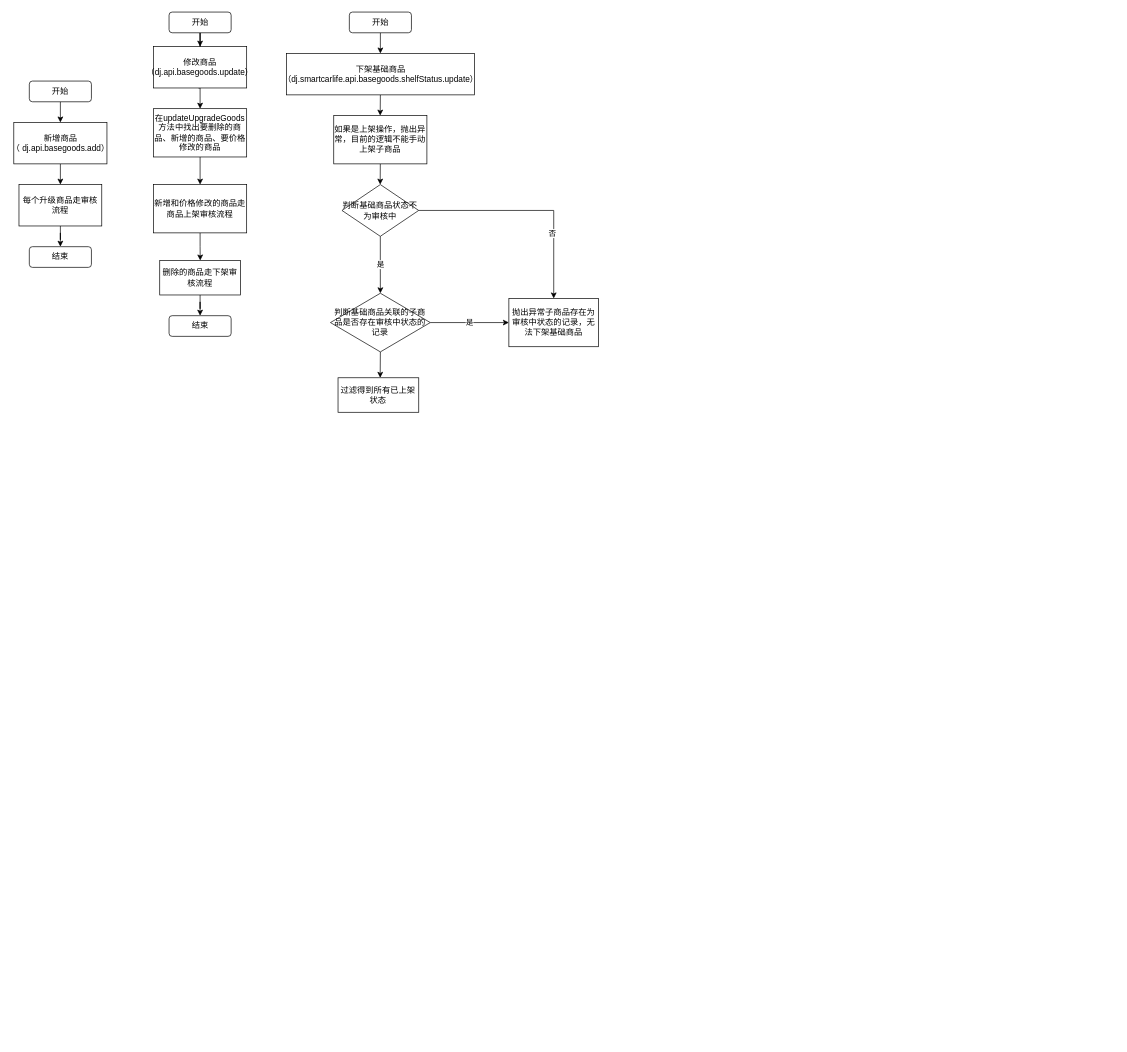
Earlier version of the draw.io diagram 4.6.0.drawio (chenxiOnEarth/diagram). Source tidied: cells renumbered, new cells numbered last; positions are measured from the earlier drawing's top-left corner, leaving out a move shared by most shapes. Both pictures are drawn from the tidied source at 69%, with x=0, y=0 at pixel (13, 12).
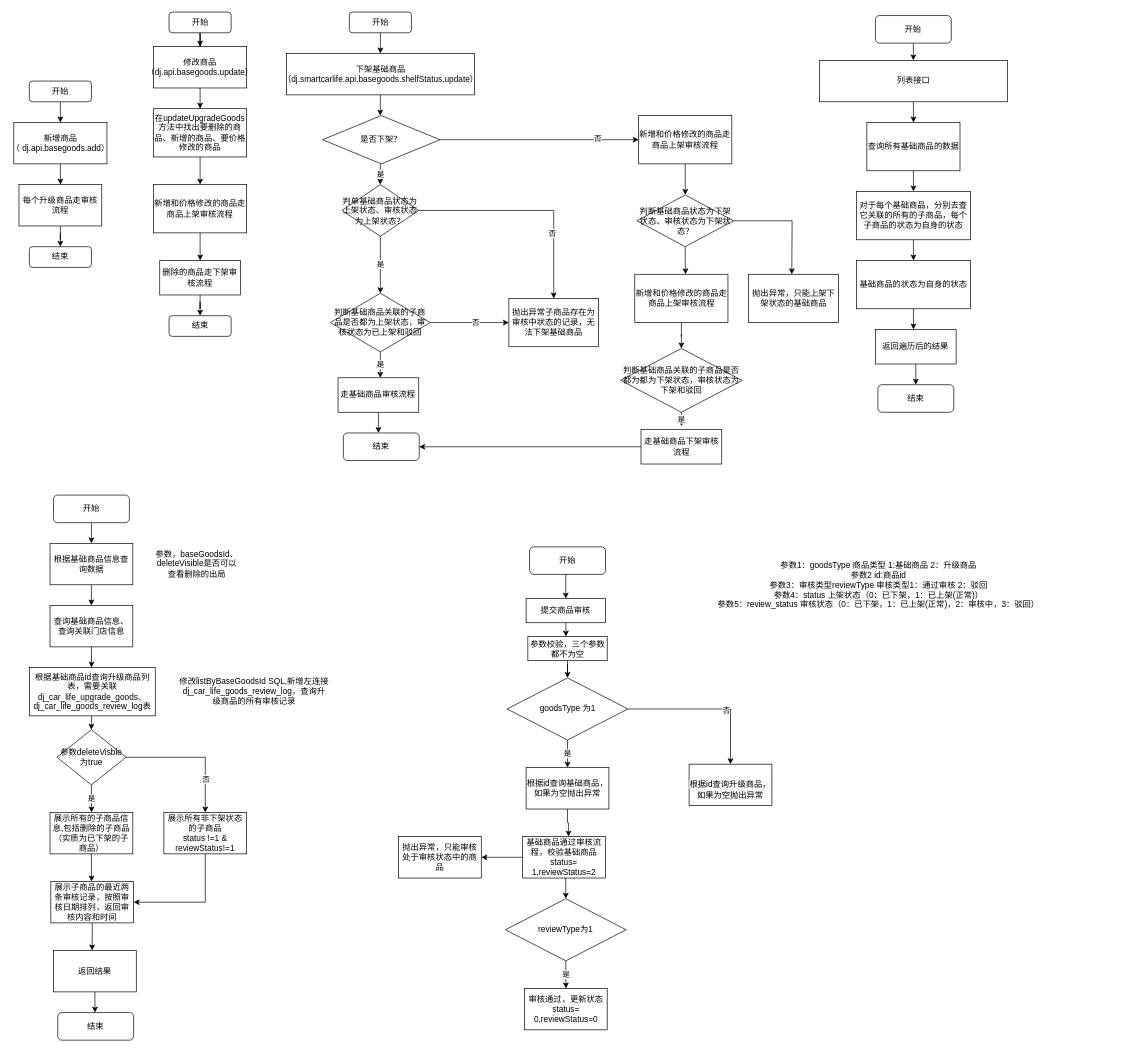
Above is the later version.

Commit message:
Update 4.6.0.drawio 第二次提交

Unchanged cells that the change refers to:
```xml
<mxCell id="30" value="抛出异常子商品存在为审核中状态的记录，无法下架基础商品" style="rounded=0;whiteSpace=wrap;html=1;" parent="1" vertex="1">
  <mxGeometry x="718" y="415" width="130" height="70" as="geometry" />
</mxCell>
```

Change to the diagram source:
```diff
@@
-    <mxCell id="24" style="edgeStyle=orthogonalEdgeStyle;rounded=0;jettySize=auto;html=1;exitX=0.5;exitY=1;exitDx=0;exitDy=0;" parent="1" edge="1" source="25">
+    <mxCell id="24" value="是" style="edgeStyle=orthogonalEdgeStyle;rounded=0;orthogonalLoop=1;jettySize=auto;html=1;exitX=0.5;exitY=1;exitDx=0;exitDy=0;" parent="1" edge="1">
       <mxGeometry relative="1" as="geometry">
+        <mxPoint x="531.8" y="220" as="sourcePoint" />
         <mxPoint x="531.5" y="250" as="targetPoint" />
       </mxGeometry>
     </mxCell>
-    <mxCell id="25" value="如果是上架操作，抛出异常，目前的逻辑不能手动上架子商品" style="rounded=0;whiteSpace=wrap;html=1;" parent="1" vertex="1">
-      <mxGeometry x="464.2" y="150" width="135" height="70" as="geometry" />
-    </mxCell>
@@
-    <mxCell id="29" value="&lt;span style=&quot;&quot;&gt;判断基础商品状态不为审核中&lt;/span&gt;" style="rhombus;whiteSpace=wrap;html=1;" parent="1" vertex="1">
+    <mxCell id="29" value="判单基础商品状态为上架状态、审核状态为上架状态？" style="rhombus;whiteSpace=wrap;html=1;" parent="1" vertex="1">
       <mxGeometry x="476.1" y="250" width="111.2" height="75" as="geometry" />
     </mxCell>
@@
+    <mxCell id="32" value="是" style="edgeStyle=orthogonalEdgeStyle;rounded=0;jettySize=auto;html=1;exitX=0.5;exitY=1;exitDx=0;exitDy=0;" parent="1" edge="1" source="33">
+      <mxGeometry relative="1" as="geometry">
+        <mxPoint x="531.5" y="530" as="targetPoint" />
+      </mxGeometry>
+    </mxCell>
-    <mxCell id="31" value="是" style="edgeStyle=orthogonalEdgeStyle;rounded=0;jettySize=auto;html=1;exitX=1;exitY=0.5;exitDx=0;exitDy=0;entryX=0;entryY=0.5;entryDx=0;entryDy=0;" parent="1" edge="1" source="33" target="30">
+    <mxCell id="31" style="edgeStyle=orthogonalEdgeStyle;rounded=0;jettySize=auto;html=1;exitX=1;exitY=0.5;exitDx=0;exitDy=0;entryX=0;entryY=0.5;entryDx=0;entryDy=0;" parent="1" edge="1" source="33" target="30">
       <mxGeometry relative="1" as="geometry" />
     </mxCell>
-    <mxCell id="32" style="edgeStyle=orthogonalEdgeStyle;rounded=0;jettySize=auto;html=1;exitX=0.5;exitY=1;exitDx=0;exitDy=0;" parent="1" edge="1" source="33">
-      <mxGeometry relative="1" as="geometry">
-        <mxPoint x="531.5" y="530" as="targetPoint" />
-      </mxGeometry>
-    </mxCell>
+    <mxCell id="35" value="否" style="edgeLabel;html=1;align=center;verticalAlign=middle;" parent="31" vertex="1">
+      <mxGeometry x="0.15" y="1" relative="1" as="geometry" />
+    </mxCell>
-    <mxCell id="33" value="判断基础商品关联的子商品是否存在审核中状态的记录" style="rhombus;whiteSpace=wrap;html=1;" parent="1" vertex="1">
+    <mxCell id="33" value="判断基础商品关联的子商品是否都为上架状态，审核状态为已上架和驳回" style="rhombus;whiteSpace=wrap;html=1;" parent="1" vertex="1">
       <mxGeometry x="459.4" y="407.5" width="144.7" height="85" as="geometry" />
     </mxCell>
-    <mxCell id="34" value="过滤得到所有已上架状态" style="rounded=0;whiteSpace=wrap;html=1;" parent="1" vertex="1">
-      <mxGeometry x="470.4" y="530" width="117" height="50" as="geometry" />
-    </mxCell>
+    <mxCell id="36" style="edgeStyle=orthogonalEdgeStyle;rounded=0;jettySize=auto;html=1;exitX=0.5;exitY=1;exitDx=0;exitDy=0;" parent="1" edge="1" source="37" target="39">
+      <mxGeometry relative="1" as="geometry" />
+    </mxCell>
+    <mxCell id="37" value="开始" style="rounded=1;whiteSpace=wrap;html=1;" parent="1" vertex="1">
+      <mxGeometry x="1249.2" y="5" width="110" height="40" as="geometry" />
+    </mxCell>
+    <mxCell id="38" style="edgeStyle=orthogonalEdgeStyle;rounded=0;jettySize=auto;html=1;exitX=0.5;exitY=1;exitDx=0;exitDy=0;" parent="1" edge="1" source="39">
+      <mxGeometry relative="1" as="geometry">
+        <mxPoint x="1304.4" y="160" as="targetPoint" />
+      </mxGeometry>
+    </mxCell>
+    <mxCell id="39" value="列表接口" style="rounded=0;whiteSpace=wrap;html=1;" parent="1" vertex="1">
+      <mxGeometry x="1168" y="70" width="272.5" height="60" as="geometry" />
+    </mxCell>
+    <mxCell id="40" style="edgeStyle=orthogonalEdgeStyle;rounded=0;jettySize=auto;html=1;exitX=0.5;exitY=1;exitDx=0;exitDy=0;" parent="1" edge="1" source="41">
+      <mxGeometry relative="1" as="geometry">
+        <mxPoint x="1304.4" y="260" as="targetPoint" />
+      </mxGeometry>
+    </mxCell>
+    <mxCell id="41" value="查询所有基础商品的数据" style="rounded=0;whiteSpace=wrap;html=1;" parent="1" vertex="1">
+      <mxGeometry x="1236.8" y="160" width="135" height="70" as="geometry" />
+    </mxCell>
+    <mxCell id="42" style="edgeStyle=orthogonalEdgeStyle;rounded=0;jettySize=auto;html=1;exitX=0.5;exitY=1;exitDx=0;exitDy=0;" parent="1" edge="1" source="43">
+      <mxGeometry relative="1" as="geometry">
+        <mxPoint x="1304.4" y="360" as="targetPoint" />
+      </mxGeometry>
+    </mxCell>
+    <mxCell id="43" value="对于每个基础商品，分别去查它关联的所有的子商品，每个子商品的状态为自身的状态" style="rounded=0;whiteSpace=wrap;html=1;" parent="1" vertex="1">
+      <mxGeometry x="1221.8" y="260" width="165" height="70" as="geometry" />
+    </mxCell>
+    <mxCell id="44" style="edgeStyle=orthogonalEdgeStyle;rounded=0;jettySize=auto;html=1;exitX=0.5;exitY=1;exitDx=0;exitDy=0;" parent="1" edge="1" source="45">
+      <mxGeometry relative="1" as="geometry">
+        <mxPoint x="1304.4" y="460" as="targetPoint" />
+      </mxGeometry>
+    </mxCell>
+    <mxCell id="45" value="基础商品的状态为自身的状态" style="rounded=0;whiteSpace=wrap;html=1;" parent="1" vertex="1">
+      <mxGeometry x="1221.8" y="360" width="165" height="70" as="geometry" />
+    </mxCell>
+    <mxCell id="46" style="edgeStyle=orthogonalEdgeStyle;rounded=0;jettySize=auto;html=1;exitX=0.5;exitY=1;exitDx=0;exitDy=0;" parent="1" edge="1" source="47">
+      <mxGeometry relative="1" as="geometry">
+        <mxPoint x="1307.8" y="540" as="targetPoint" />
+      </mxGeometry>
+    </mxCell>
+    <mxCell id="47" value="返回遍历后的结果" style="rounded=0;whiteSpace=wrap;html=1;" parent="1" vertex="1">
+      <mxGeometry x="1249.2" y="460" width="117" height="50" as="geometry" />
+    </mxCell>
+    <mxCell id="48" value="结束" style="rounded=1;whiteSpace=wrap;html=1;" parent="1" vertex="1">
+      <mxGeometry x="1252.8" y="540" width="110" height="40" as="geometry" />
+    </mxCell>
+    <mxCell id="49" style="edgeStyle=orthogonalEdgeStyle;rounded=0;jettySize=auto;html=1;exitX=0.5;exitY=1;exitDx=0;exitDy=0;entryX=0.5;entryY=0;entryDx=0;entryDy=0;" parent="1" edge="1" source="50" target="52">
+      <mxGeometry relative="1" as="geometry" />
+    </mxCell>
+    <mxCell id="50" value="开始" style="rounded=1;whiteSpace=wrap;html=1;" parent="1" vertex="1">
+      <mxGeometry x="58" y="700" width="110" height="40" as="geometry" />
+    </mxCell>
+    <mxCell id="51" style="edgeStyle=orthogonalEdgeStyle;rounded=0;jettySize=auto;html=1;exitX=0.5;exitY=1;exitDx=0;exitDy=0;" parent="1" edge="1" source="52">
+      <mxGeometry relative="1" as="geometry">
+        <mxPoint x="113" y="860" as="targetPoint" />
+      </mxGeometry>
+    </mxCell>
+    <mxCell id="52" value="根据基础商品信息查询数据" style="rounded=0;whiteSpace=wrap;html=1;" parent="1" vertex="1">
+      <mxGeometry x="53" y="770" width="120" height="60" as="geometry" />
+    </mxCell>
+    <mxCell id="53" value="参数，baseGoodsId、deleteVisible是否可以查看删除的出局" style="text;html=1;strokeColor=none;fillColor=none;align=center;verticalAlign=middle;whiteSpace=wrap;rounded=0;" parent="1" vertex="1">
+      <mxGeometry x="203" y="775" width="126" height="50" as="geometry" />
+    </mxCell>
+    <mxCell id="54" style="edgeStyle=orthogonalEdgeStyle;rounded=0;jettySize=auto;html=1;exitX=0.5;exitY=1;exitDx=0;exitDy=0;" parent="1" edge="1" source="55">
+      <mxGeometry relative="1" as="geometry">
+        <mxPoint x="113.2" y="950" as="targetPoint" />
+      </mxGeometry>
+    </mxCell>
+    <mxCell id="55" value="查询基础商品信息、查询关联门店信息" style="rounded=0;whiteSpace=wrap;html=1;" parent="1" vertex="1">
+      <mxGeometry x="53" y="860" width="120" height="60" as="geometry" />
+    </mxCell>
+    <mxCell id="56" style="edgeStyle=orthogonalEdgeStyle;rounded=0;jettySize=auto;html=1;exitX=0.5;exitY=1;exitDx=0;exitDy=0;entryX=0.5;entryY=0;entryDx=0;entryDy=0;" parent="1" edge="1" source="57" target="61">
+      <mxGeometry relative="1" as="geometry" />
+    </mxCell>
+    <mxCell id="57" value="根据基础商品id查询升级商品列表，需要关联dj_car_life_upgrade_goods、dj_car_life_goods_review_log表" style="rounded=0;whiteSpace=wrap;html=1;" parent="1" vertex="1">
+      <mxGeometry x="23" y="950" width="182.5" height="70" as="geometry" />
+    </mxCell>
+    <mxCell id="58" value="是" style="edgeStyle=orthogonalEdgeStyle;rounded=0;jettySize=auto;html=1;exitX=0.5;exitY=1;exitDx=0;exitDy=0;" parent="1" edge="1" source="61">
+      <mxGeometry relative="1" as="geometry">
+        <mxPoint x="113.2" y="1160" as="targetPoint" />
+      </mxGeometry>
+    </mxCell>
+    <mxCell id="59" style="edgeStyle=orthogonalEdgeStyle;rounded=0;jettySize=auto;html=1;exitX=1;exitY=0.5;exitDx=0;exitDy=0;entryX=0.5;entryY=0;entryDx=0;entryDy=0;" parent="1" edge="1" source="61" target="65">
+      <mxGeometry relative="1" as="geometry" />
+    </mxCell>
+    <mxCell id="60" value="否" style="edgeLabel;html=1;align=center;verticalAlign=middle;" parent="59" vertex="1">
+      <mxGeometry x="0.5" relative="1" as="geometry" />
+    </mxCell>
+    <mxCell id="61" value="参数deleteVisble为true" style="rhombus;whiteSpace=wrap;html=1;" parent="1" vertex="1">
+      <mxGeometry x="63" y="1040" width="100" height="80" as="geometry" />
+    </mxCell>
+    <mxCell id="62" style="edgeStyle=orthogonalEdgeStyle;rounded=0;jettySize=auto;html=1;exitX=0.5;exitY=1;exitDx=0;exitDy=0;" parent="1" edge="1" source="63">
+      <mxGeometry relative="1" as="geometry">
+        <mxPoint x="113.2" y="1260" as="targetPoint" />
+      </mxGeometry>
+    </mxCell>
+    <mxCell id="63" value="展示所有的子商品信息,包括删除的子商品（实质为已下架的子商品）" style="rounded=0;whiteSpace=wrap;html=1;" parent="1" vertex="1">
+      <mxGeometry x="53" y="1160" width="120" height="60" as="geometry" />
+    </mxCell>
+    <mxCell id="64" style="edgeStyle=orthogonalEdgeStyle;rounded=0;jettySize=auto;html=1;exitX=0.5;exitY=1;exitDx=0;exitDy=0;entryX=1;entryY=0.5;entryDx=0;entryDy=0;" parent="1" edge="1" source="65" target="68">
+      <mxGeometry relative="1" as="geometry" />
+    </mxCell>
+    <mxCell id="65" value="展示所有非下架状态的子商品&lt;br&gt;status !=1 &amp;amp; reviewStatus!=1" style="rounded=0;whiteSpace=wrap;html=1;" parent="1" vertex="1">
+      <mxGeometry x="218" y="1160" width="120" height="60" as="geometry" />
+    </mxCell>
+    <mxCell id="66" value="修改listByBaseGoodsId SQL,新增左连接dj_car_life_goods_review_log，查询升级商品的所有审核记录" style="text;html=1;strokeColor=none;fillColor=none;align=center;verticalAlign=middle;whiteSpace=wrap;rounded=0;" parent="1" vertex="1">
+      <mxGeometry x="239.4" y="950" width="220" height="70" as="geometry" />
+    </mxCell>
+    <mxCell id="67" style="edgeStyle=orthogonalEdgeStyle;rounded=0;jettySize=auto;html=1;exitX=0.5;exitY=1;exitDx=0;exitDy=0;" parent="1" edge="1" source="68">
+      <mxGeometry relative="1" as="geometry">
+        <mxPoint x="114" y="1360" as="targetPoint" />
+      </mxGeometry>
+    </mxCell>
+    <mxCell id="68" value="展示子商品的最近两条审核记录，按照审核日期排列，返回审核内容和时间" style="rounded=0;whiteSpace=wrap;html=1;" parent="1" vertex="1">
+      <mxGeometry x="54.2" y="1260" width="120" height="60" as="geometry" />
+    </mxCell>
+    <mxCell id="69" style="edgeStyle=orthogonalEdgeStyle;rounded=0;jettySize=auto;html=1;exitX=0.5;exitY=1;exitDx=0;exitDy=0;" parent="1" edge="1" source="70">
+      <mxGeometry relative="1" as="geometry">
+        <mxPoint x="118.2" y="1450" as="targetPoint" />
+      </mxGeometry>
+    </mxCell>
+    <mxCell id="70" value="返回结果" style="rounded=0;whiteSpace=wrap;html=1;" parent="1" vertex="1">
+      <mxGeometry x="58" y="1360" width="120" height="60" as="geometry" />
+    </mxCell>
+    <mxCell id="71" value="结束" style="rounded=1;whiteSpace=wrap;html=1;" parent="1" vertex="1">
+      <mxGeometry x="64.2" y="1450" width="110" height="40" as="geometry" />
+    </mxCell>
+    <mxCell id="72" style="edgeStyle=orthogonalEdgeStyle;rounded=0;jettySize=auto;html=1;exitX=0.5;exitY=1;exitDx=0;exitDy=0;entryX=0.5;entryY=0;entryDx=0;entryDy=0;" parent="1" edge="1" source="73" target="75">
+      <mxGeometry relative="1" as="geometry" />
+    </mxCell>
+    <mxCell id="73" value="开始" style="rounded=1;whiteSpace=wrap;html=1;" parent="1" vertex="1">
+      <mxGeometry x="748" y="775" width="110" height="40" as="geometry" />
+    </mxCell>
+    <mxCell id="74" style="edgeStyle=orthogonalEdgeStyle;rounded=0;jettySize=auto;html=1;exitX=0.5;exitY=1;exitDx=0;exitDy=0;" parent="1" edge="1" source="75">
+      <mxGeometry relative="1" as="geometry">
+        <mxPoint x="800.7" y="905" as="targetPoint" />
+      </mxGeometry>
+    </mxCell>
+    <mxCell id="75" value="提交商品审核" style="rounded=0;whiteSpace=wrap;html=1;" parent="1" vertex="1">
+      <mxGeometry x="743" y="850" width="115" height="35" as="geometry" />
+    </mxCell>
+    <mxCell id="76" value="参数1：goodsType 商品类型 1:基础商品 2：升级商品&lt;br&gt;参数2 id:商品id&lt;br&gt;参数3：审核类型reviewType 审核类型1：通过审核 2：驳回&lt;br&gt;参数4：status&amp;nbsp;上架状态（0：已下架，1：已上架(正常)）&lt;br&gt;参数5：review_status 审核状态（0：已下架，1：已上架(正常)，2：审核中，3：驳回）&lt;br&gt;&amp;nbsp;&lt;span style=&quot;font-family: 宋体, monospace; font-size: 9.8pt; color: rgb(106, 135, 89);&quot;&gt;&lt;br&gt;&amp;nbsp;&lt;br&gt;&lt;/span&gt;" style="text;html=1;strokeColor=none;fillColor=none;align=center;verticalAlign=middle;whiteSpace=wrap;rounded=0;" parent="1" vertex="1">
+      <mxGeometry x="909.5" y="790" width="687.5" height="112.5" as="geometry" />
+    </mxCell>
+    <mxCell id="77" style="edgeStyle=orthogonalEdgeStyle;rounded=0;jettySize=auto;html=1;exitX=0.5;exitY=1;exitDx=0;exitDy=0;" parent="1" edge="1" source="78" target="82">
+      <mxGeometry relative="1" as="geometry" />
+    </mxCell>
+    <mxCell id="78" value="参数校验，三个参数都不为空" style="rounded=0;whiteSpace=wrap;html=1;" parent="1" vertex="1">
+      <mxGeometry x="745.5" y="905" width="115" height="35" as="geometry" />
+    </mxCell>
+    <mxCell id="79" style="edgeStyle=orthogonalEdgeStyle;rounded=0;jettySize=auto;html=1;exitX=0.5;exitY=0;exitDx=0;exitDy=0;" parent="1" edge="1" source="82" target="85">
+      <mxGeometry relative="1" as="geometry" />
+    </mxCell>
+    <mxCell id="80" value="否" style="edgeLabel;html=1;align=center;verticalAlign=middle;" parent="79" vertex="1">
+      <mxGeometry x="0.24" y="-2" relative="1" as="geometry" />
+    </mxCell>
+    <mxCell id="81" value="是" style="edgeStyle=orthogonalEdgeStyle;rounded=0;jettySize=auto;html=1;exitX=1;exitY=0.5;exitDx=0;exitDy=0;entryX=0.5;entryY=0;entryDx=0;entryDy=0;" parent="1" edge="1" source="82" target="84">
+      <mxGeometry relative="1" as="geometry" />
+    </mxCell>
+    <mxCell id="82" value="goodsType 为1" style="rhombus;whiteSpace=wrap;html=1;direction=south;" parent="1" vertex="1">
+      <mxGeometry x="715.5" y="965" width="175" height="90" as="geometry" />
+    </mxCell>
+    <mxCell id="83" style="edgeStyle=orthogonalEdgeStyle;rounded=0;jettySize=auto;html=1;exitX=0.5;exitY=1;exitDx=0;exitDy=0;entryX=0.554;entryY=0;entryDx=0;entryDy=0;entryPerimeter=0;" parent="1" edge="1" source="84" target="91">
+      <mxGeometry relative="1" as="geometry" />
+    </mxCell>
+    <mxCell id="84" value="根据id查询基础商品，如果为空抛出异常" style="rounded=0;whiteSpace=wrap;html=1;" parent="1" vertex="1">
+      <mxGeometry x="743" y="1095" width="120" height="60" as="geometry" />
+    </mxCell>
+    <mxCell id="85" value="&lt;br&gt;&lt;span style=&quot;color: rgb(0, 0, 0); font-family: Helvetica; font-size: 12px; font-style: normal; font-variant-ligatures: normal; font-variant-caps: normal; font-weight: 400; letter-spacing: normal; orphans: 2; text-align: center; text-indent: 0px; text-transform: none; widows: 2; word-spacing: 0px; -webkit-text-stroke-width: 0px; background-color: rgb(248, 249, 250); text-decoration-thickness: initial; text-decoration-style: initial; text-decoration-color: initial; float: none; display: inline !important;&quot;&gt;根据id查询升级商品，如果为空抛出异常&lt;/span&gt;&lt;br&gt;" style="rounded=0;whiteSpace=wrap;html=1;" parent="1" vertex="1">
+      <mxGeometry x="979.2" y="1090" width="120" height="60" as="geometry" />
+    </mxCell>
+    <mxCell id="86" style="edgeStyle=orthogonalEdgeStyle;rounded=0;jettySize=auto;html=1;exitX=0.5;exitY=1;exitDx=0;exitDy=0;" parent="1" edge="1" source="87">
+      <mxGeometry relative="1" as="geometry">
+        <mxPoint x="529" y="610" as="targetPoint" />
+      </mxGeometry>
+    </mxCell>
+    <mxCell id="87" value="走基础商品审核流程" style="rounded=0;whiteSpace=wrap;html=1;" parent="1" vertex="1">
+      <mxGeometry x="470.4" y="530" width="117" height="50" as="geometry" />
+    </mxCell>
+    <mxCell id="88" value="结束" style="rounded=1;whiteSpace=wrap;html=1;" parent="1" vertex="1">
+      <mxGeometry x="478.1" y="610" width="110" height="40" as="geometry" />
+    </mxCell>
+    <mxCell id="89" style="edgeStyle=orthogonalEdgeStyle;rounded=0;jettySize=auto;html=1;exitX=0.5;exitY=1;exitDx=0;exitDy=0;entryX=0;entryY=0.5;entryDx=0;entryDy=0;" parent="1" edge="1" source="91" target="93">
+      <mxGeometry relative="1" as="geometry" />
+    </mxCell>
+    <mxCell id="90" style="edgeStyle=orthogonalEdgeStyle;rounded=0;jettySize=auto;html=1;exitX=0;exitY=0.5;exitDx=0;exitDy=0;" parent="1" edge="1" source="91" target="94">
+      <mxGeometry relative="1" as="geometry" />
+    </mxCell>
+    <mxCell id="91" value="基础商品通过审核流程，校验基础商品status= 1,reviewStatus=2" style="rounded=0;whiteSpace=wrap;html=1;" parent="1" vertex="1">
+      <mxGeometry x="738" y="1195" width="120" height="60" as="geometry" />
+    </mxCell>
+    <mxCell id="92" value="是" style="edgeStyle=orthogonalEdgeStyle;rounded=0;jettySize=auto;html=1;exitX=1;exitY=0.5;exitDx=0;exitDy=0;" parent="1" edge="1" source="93">
+      <mxGeometry relative="1" as="geometry">
+        <mxPoint x="800.7" y="1415" as="targetPoint" />
+      </mxGeometry>
+    </mxCell>
+    <mxCell id="93" value="reviewType为1" style="rhombus;whiteSpace=wrap;html=1;direction=south;" parent="1" vertex="1">
+      <mxGeometry x="713" y="1285" width="175" height="90" as="geometry" />
+    </mxCell>
+    <mxCell id="94" value="抛出异常，只能审核处于审核状态中的商品" style="rounded=0;whiteSpace=wrap;html=1;" parent="1" vertex="1">
+      <mxGeometry x="558" y="1195" width="120" height="60" as="geometry" />
+    </mxCell>
+    <mxCell id="95" value="审核通过，更新状态status= 0,reviewStatus=0" style="rounded=0;whiteSpace=wrap;html=1;" parent="1" vertex="1">
+      <mxGeometry x="740.5" y="1415" width="120" height="60" as="geometry" />
+    </mxCell>
+    <mxCell id="96" style="edgeStyle=orthogonalEdgeStyle;rounded=0;jettySize=auto;html=1;exitX=1;exitY=0.5;exitDx=0;exitDy=0;entryX=0;entryY=0.5;entryDx=0;entryDy=0;" parent="1" edge="1" source="98" target="100">
+      <mxGeometry relative="1" as="geometry" />
+    </mxCell>
+    <mxCell id="97" value="否" style="edgeLabel;html=1;align=center;verticalAlign=middle;" parent="96" vertex="1">
+      <mxGeometry x="0.58" y="3" relative="1" as="geometry" />
+    </mxCell>
+    <mxCell id="98" value="是否下架？" style="rhombus;whiteSpace=wrap;html=1;" parent="1" vertex="1">
+      <mxGeometry x="448" y="150" width="170.1" height="70" as="geometry" />
+    </mxCell>
+    <mxCell id="99" style="edgeStyle=orthogonalEdgeStyle;rounded=0;jettySize=auto;html=1;exitX=0.5;exitY=1;exitDx=0;exitDy=0;" parent="1" edge="1" source="100" target="103">
+      <mxGeometry relative="1" as="geometry" />
+    </mxCell>
+    <mxCell id="100" value="新增和价格修改的商品走商品上架审核流程" style="rounded=0;whiteSpace=wrap;html=1;" parent="1" vertex="1">
+      <mxGeometry x="906.1" y="150" width="135" height="70" as="geometry" />
+    </mxCell>
+    <mxCell id="101" style="edgeStyle=orthogonalEdgeStyle;rounded=0;jettySize=auto;html=1;exitX=0.5;exitY=1;exitDx=0;exitDy=0;" parent="1" edge="1" source="103">
+      <mxGeometry relative="1" as="geometry">
+        <mxPoint x="974" y="380" as="targetPoint" />
+      </mxGeometry>
+    </mxCell>
+    <mxCell id="102" style="edgeStyle=orthogonalEdgeStyle;rounded=0;jettySize=auto;html=1;exitX=1;exitY=0.5;exitDx=0;exitDy=0;" parent="1" edge="1" source="103">
+      <mxGeometry relative="1" as="geometry">
+        <mxPoint x="1128" y="380" as="targetPoint" />
+      </mxGeometry>
+    </mxCell>
+    <mxCell id="103" value="&lt;span style=&quot;&quot;&gt;判断基础商品状态为下架状态、审核状态为下架状态？&lt;/span&gt;" style="rhombus;whiteSpace=wrap;html=1;" parent="1" vertex="1">
+      <mxGeometry x="903.6" y="265" width="140" height="75" as="geometry" />
+    </mxCell>
+    <mxCell id="104" style="edgeStyle=orthogonalEdgeStyle;rounded=0;jettySize=auto;html=1;exitX=0.5;exitY=1;exitDx=0;exitDy=0;" parent="1" edge="1" source="105" target="108">
+      <mxGeometry relative="1" as="geometry" />
+    </mxCell>
+    <mxCell id="105" value="新增和价格修改的商品走商品上架审核流程" style="rounded=0;whiteSpace=wrap;html=1;" parent="1" vertex="1">
+      <mxGeometry x="900.5" y="380" width="135" height="70" as="geometry" />
+    </mxCell>
+    <mxCell id="106" value="抛出异常，只能上架下架状态的基础商品" style="rounded=0;whiteSpace=wrap;html=1;" parent="1" vertex="1">
+      <mxGeometry x="1065.5" y="380" width="130" height="70" as="geometry" />
+    </mxCell>
+    <mxCell id="107" value="是" style="edgeStyle=orthogonalEdgeStyle;rounded=0;jettySize=auto;html=1;exitX=0.5;exitY=1;exitDx=0;exitDy=0;" parent="1" edge="1" source="108">
+      <mxGeometry relative="1" as="geometry">
+        <mxPoint x="968.2" y="600" as="targetPoint" />
+      </mxGeometry>
+    </mxCell>
+    <mxCell id="108" value="判断基础商品关联的子商品是否都为都为下架状态，审核状态为下架和驳回" style="rhombus;whiteSpace=wrap;html=1;" parent="1" vertex="1">
+      <mxGeometry x="879.9" y="487.5" width="176.2" height="92.5" as="geometry" />
+    </mxCell>
+    <mxCell id="109" style="edgeStyle=orthogonalEdgeStyle;rounded=0;jettySize=auto;html=1;" parent="1" edge="1" source="110">
+      <mxGeometry relative="1" as="geometry">
+        <mxPoint x="588" y="630" as="targetPoint" />
+      </mxGeometry>
+    </mxCell>
+    <mxCell id="110" value="走基础商品下架审核流程" style="rounded=0;whiteSpace=wrap;html=1;" parent="1" vertex="1">
+      <mxGeometry x="909.5" y="605" width="117" height="50" as="geometry" />
+    </mxCell>
```
